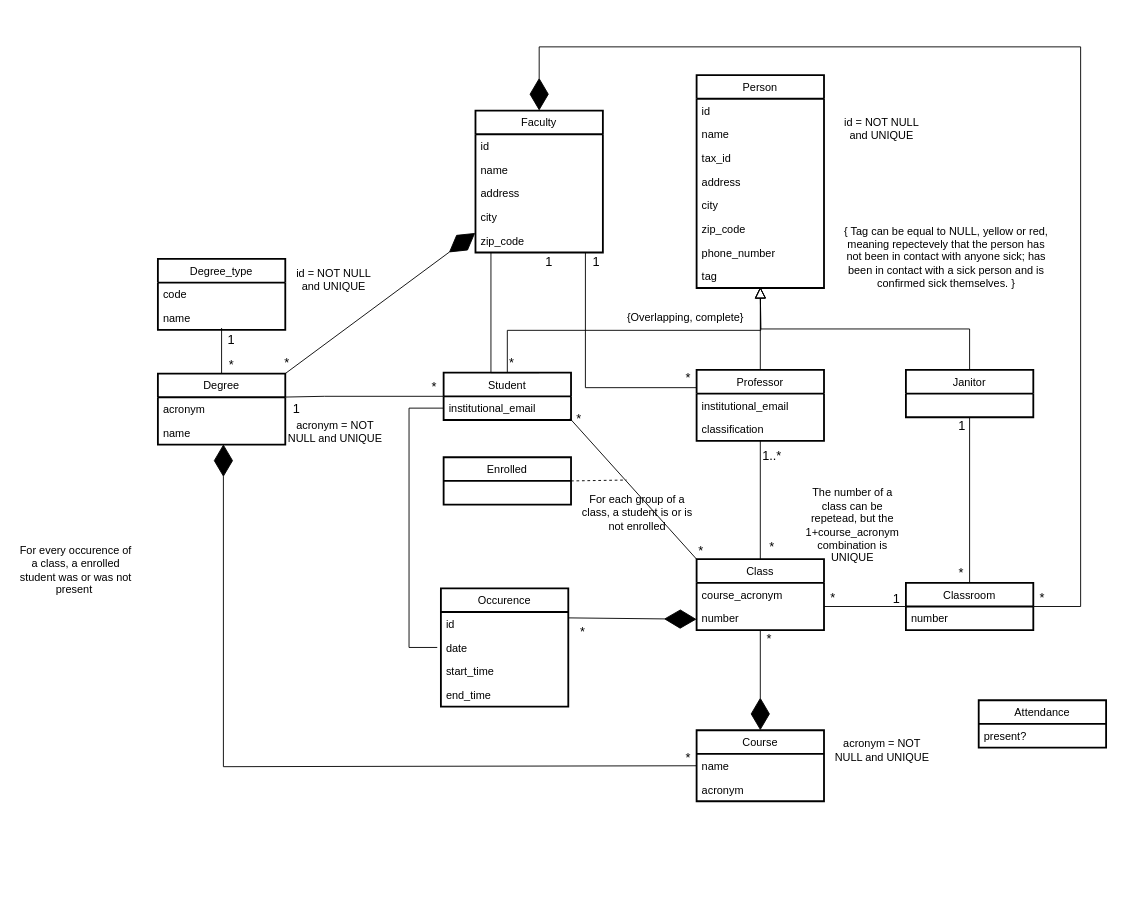
This is uml.drawio from maguinago/Covid-tracker, a draw.io file, before an edit. Source tidied: cells renumbered, new cells numbered last; positions are measured from the earlier drawing's top-left corner, leaving out a move shared by most shapes. Both pictures are drawn from the tidied source at 91%, with x=0, y=0 at pixel (15, 46).
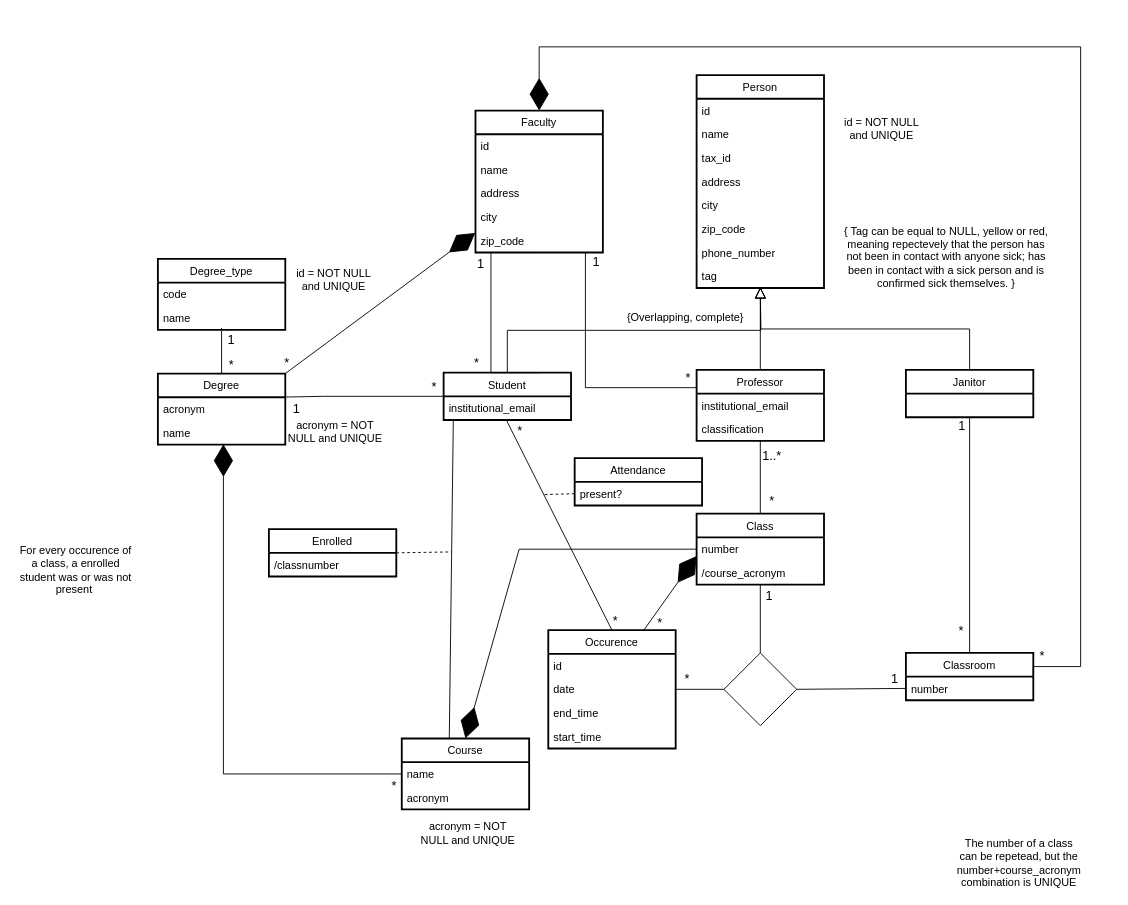
The same diagram, later.

The change refers to these unchanged cells:
```xml
<mxCell id="16" value="institutional_email" style="text;align=left;verticalAlign=top;spacingLeft=4;spacingRight=4;overflow=hidden;points=[[0,0.5],[1,0.5]];portConstraint=eastwest;" parent="15" vertex="1">
  <mxGeometry y="26" width="140" height="26" as="geometry" />
</mxCell>
<mxCell id="25" value="name" style="text;align=left;verticalAlign=top;spacingLeft=4;spacingRight=4;overflow=hidden;points=[[0,0.5],[1,0.5]];portConstraint=eastwest;" parent="24" vertex="1">
  <mxGeometry y="26" width="140" height="26" as="geometry" />
</mxCell>
<mxCell id="36" value="number" style="text;align=left;verticalAlign=top;spacingLeft=4;spacingRight=4;overflow=hidden;points=[[0,0.5],[1,0.5]];portConstraint=eastwest;" parent="35" vertex="1">
  <mxGeometry y="26" width="140" height="26" as="geometry" />
</mxCell>
<mxCell id="45" value="date" style="text;align=left;verticalAlign=top;spacingLeft=4;spacingRight=4;overflow=hidden;points=[[0,0.5],[1,0.5]];portConstraint=eastwest;backgroundOutline=0;perimeterSpacing=4;" parent="43" vertex="1">
  <mxGeometry y="52" width="140" height="26" as="geometry" />
</mxCell>
<mxCell id="50" value="present?" style="text;align=left;verticalAlign=top;spacingLeft=4;spacingRight=4;overflow=hidden;points=[[0,0.5],[1,0.5]];portConstraint=eastwest;" parent="49" vertex="1">
  <mxGeometry y="26" width="140" height="26" as="geometry" />
</mxCell>
<mxCell id="77" value="Faculty" style="swimlane;fontStyle=0;horizontal=1;startSize=26;strokeWidth=2;swimlaneFillColor=#ffffff;" parent="1" vertex="1">
  <mxGeometry x="505" y="70" width="140" height="156" as="geometry" />
</mxCell>
```

Diff of the diagram source:
```diff
@@
     <mxCell id="2" style="edgeStyle=orthogonalEdgeStyle;rounded=0;jettySize=auto;html=1;exitX=0.506;exitY=1.015;exitDx=0;exitDy=0;endArrow=none;endFill=0;endSize=33;startArrow=diamondThin;startFill=1;startSize=33;exitPerimeter=0;entryX=0;entryY=0.5;entryDx=0;entryDy=0;" parent="1" edge="1" target="25">
       <mxGeometry relative="1" as="geometry">
         <mxPoint x="228" y="436.7" as="sourcePoint" />
         <Array as="points">
-          <mxPoint x="228" y="791" />
-          <mxPoint x="748" y="791" />
+          <mxPoint x="228" y="799" />
         </Array>
       </mxGeometry>
     </mxCell>
@@
     <mxCell id="24" value="Course" style="swimlane;fontStyle=0;horizontal=1;startSize=26;strokeWidth=2;swimlaneFillColor=#ffffff;" parent="1" vertex="1">
-      <mxGeometry x="748" y="751" width="140" height="78" as="geometry" />
+      <mxGeometry x="424" y="760" width="140" height="78" as="geometry" />
     </mxCell>
@@
-    <mxCell id="27" style="edgeStyle=none;rounded=0;jettySize=auto;html=1;exitX=0;exitY=0;exitDx=0;exitDy=0;entryX=0.993;entryY=0.947;entryDx=0;entryDy=0;entryPerimeter=0;endArrow=none;endFill=0;endSize=33;" parent="1" edge="1" source="29" target="16">
+    <mxCell id="27" style="rounded=0;jettySize=auto;html=1;endArrow=none;endFill=0;endSize=33;entryX=0.076;entryY=0.995;entryDx=0;entryDy=0;entryPerimeter=0;exitX=0.373;exitY=0.001;exitDx=0;exitDy=0;exitPerimeter=0;" parent="1" edge="1" source="24" target="16">
       <mxGeometry relative="1" as="geometry" />
     </mxCell>
-    <mxCell id="28" style="edgeStyle=none;rounded=0;jettySize=auto;html=1;exitX=0.5;exitY=1;exitDx=0;exitDy=0;entryX=0.5;entryY=0;entryDx=0;entryDy=0;endArrow=diamondThin;endFill=1;endSize=33;" parent="1" edge="1" source="29" target="24">
-      <mxGeometry relative="1" as="geometry" />
+    <mxCell id="28" style="rounded=0;jettySize=auto;html=1;exitX=0;exitY=0.5;exitDx=0;exitDy=0;entryX=0.5;entryY=0;entryDx=0;entryDy=0;endArrow=diamondThin;endFill=1;endSize=33;" parent="1" edge="1" source="29" target="24">
+      <mxGeometry relative="1" as="geometry">
+        <Array as="points">
+          <mxPoint x="553" y="552" />
+        </Array>
+      </mxGeometry>
     </mxCell>
     <mxCell id="29" value="Class" style="swimlane;fontStyle=0;horizontal=1;startSize=26;strokeWidth=2;swimlaneFillColor=#ffffff;" parent="1" vertex="1">
-      <mxGeometry x="748" y="563" width="140" height="78" as="geometry" />
+      <mxGeometry x="748" y="513" width="140" height="78" as="geometry" />
     </mxCell>
-    <mxCell id="30" value="course_acronym" style="text;align=left;verticalAlign=top;spacingLeft=4;spacingRight=4;overflow=hidden;" parent="29" vertex="1">
-      <mxGeometry y="26" width="140" height="26" as="geometry" />
-    </mxCell>
     <mxCell id="31" value="number" style="text;align=left;verticalAlign=top;spacingLeft=4;spacingRight=4;overflow=hidden;" parent="29" vertex="1">
-      <mxGeometry y="52" width="140" height="26" as="geometry" />
+      <mxGeometry y="26" width="140" height="26" as="geometry" />
     </mxCell>
-    <mxCell id="32" value="*" style="text;html=1;strokeColor=none;fillColor=none;align=center;verticalAlign=middle;whiteSpace=wrap;rounded=0;fontSize=14;" parent="1" vertex="1">
-      <mxGeometry x="751" y="549" width="4" height="10" as="geometry" />
-    </mxCell>
-    <mxCell id="33" style="edgeStyle=none;rounded=0;jettySize=auto;html=1;exitX=0;exitY=0.5;exitDx=0;exitDy=0;endArrow=none;endFill=0;entryX=0;entryY=1;entryDx=0;entryDy=0;" parent="1" edge="1" source="35" target="40">
-      <mxGeometry relative="1" as="geometry" />
-    </mxCell>
+    <mxCell id="93" value="/course_acronym" style="text;align=left;verticalAlign=top;spacingLeft=4;spacingRight=4;overflow=hidden;" parent="29" vertex="1">
+      <mxGeometry y="52" width="140" height="26" as="geometry" />
+    </mxCell>
@@
     <mxCell id="35" value="Classroom" style="swimlane;fontStyle=0;horizontal=1;startSize=26;strokeWidth=2;swimlaneFillColor=#ffffff;" parent="1" vertex="1">
-      <mxGeometry x="978" y="589" width="140" height="52" as="geometry" />
+      <mxGeometry x="978" y="666" width="140" height="52" as="geometry" />
     </mxCell>
@@
     <mxCell id="38" value="*" style="text;html=1;strokeColor=none;fillColor=none;align=center;verticalAlign=middle;whiteSpace=wrap;rounded=0;fontSize=14;" parent="1" vertex="1">
-      <mxGeometry x="1029" y="568" width="20" height="20" as="geometry" />
+      <mxGeometry x="1029" y="632" width="20" height="20" as="geometry" />
     </mxCell>
-    <mxCell id="39" value="1" style="text;html=1;strokeColor=none;fillColor=none;align=center;verticalAlign=middle;whiteSpace=wrap;rounded=0;fontSize=14;" parent="1" vertex="1">
-      <mxGeometry x="958" y="597" width="20" height="20" as="geometry" />
-    </mxCell>
-    <mxCell id="40" value="*" style="text;html=1;strokeColor=none;fillColor=none;align=center;verticalAlign=middle;whiteSpace=wrap;rounded=0;fontSize=14;" parent="1" vertex="1">
-      <mxGeometry x="888" y="595" width="20" height="20" as="geometry" />
-    </mxCell>
-    <mxCell id="41" value="*" style="text;html=1;strokeColor=none;fillColor=none;align=center;verticalAlign=middle;whiteSpace=wrap;rounded=0;fontSize=14;" parent="1" vertex="1">
-      <mxGeometry x="818" y="641" width="20" height="20" as="geometry" />
-    </mxCell>
+    <mxCell id="94" style="edgeStyle=none;rounded=0;jettySize=auto;html=1;exitX=0;exitY=0;exitDx=0;exitDy=0;entryX=0.5;entryY=0;entryDx=0;entryDy=0;endArrow=none;endFill=0;" parent="1" edge="1" target="98">
+      <mxGeometry relative="1" as="geometry">
+        <mxPoint x="818" y="591" as="sourcePoint" />
+      </mxGeometry>
+    </mxCell>
-    <mxCell id="42" style="edgeStyle=none;rounded=0;jettySize=auto;html=1;exitX=1;exitY=0.25;exitDx=0;exitDy=0;endArrow=diamondThin;endFill=1;fontSize=14;endSize=33;" parent="1" edge="1" source="43">
+    <mxCell id="42" style="edgeStyle=none;rounded=0;jettySize=auto;html=1;exitX=0.75;exitY=0;exitDx=0;exitDy=0;endArrow=diamondThin;endFill=1;fontSize=14;endSize=33;entryX=0;entryY=0.788;entryDx=0;entryDy=0;entryPerimeter=0;" parent="1" edge="1" source="43">
       <mxGeometry relative="1" as="geometry">
-        <mxPoint x="748" y="629" as="targetPoint" />
+        <mxPoint x="748" y="559.5" as="targetPoint" />
       </mxGeometry>
     </mxCell>
     <mxCell id="43" value="Occurence" style="swimlane;fontStyle=0;horizontal=1;startSize=26;strokeWidth=2;swimlaneFillColor=#ffffff;" parent="1" vertex="1">
-      <mxGeometry x="467" y="595" width="140" height="130" as="geometry" />
+      <mxGeometry x="585" y="641" width="140" height="130" as="geometry" />
     </mxCell>
@@
+    <mxCell id="47" value="end_time" style="text;align=left;verticalAlign=top;spacingLeft=4;spacingRight=4;overflow=hidden;backgroundOutline=0;perimeterSpacing=4;" parent="43" vertex="1">
+      <mxGeometry y="78" width="140" height="26" as="geometry" />
+    </mxCell>
     <mxCell id="46" value="start_time" style="text;align=left;verticalAlign=top;spacingLeft=4;spacingRight=4;overflow=hidden;backgroundOutline=0;perimeterSpacing=4;" parent="43" vertex="1">
-      <mxGeometry y="78" width="140" height="26" as="geometry" />
+      <mxGeometry y="104" width="140" height="26" as="geometry" />
     </mxCell>
-    <mxCell id="47" value="end_time" style="text;align=left;verticalAlign=top;spacingLeft=4;spacingRight=4;overflow=hidden;backgroundOutline=0;perimeterSpacing=4;" parent="43" vertex="1">
-      <mxGeometry y="104" width="140" height="26" as="geometry" />
-    </mxCell>
-    <mxCell id="48" value="*" style="text;html=1;strokeColor=none;fillColor=none;align=center;verticalAlign=middle;whiteSpace=wrap;rounded=0;fontSize=14;" parent="1" vertex="1">
-      <mxGeometry x="621" y="638" width="4" height="10" as="geometry" />
-    </mxCell>
     <mxCell id="49" value="Attendance" style="swimlane;fontStyle=0;horizontal=1;startSize=26;strokeWidth=2;swimlaneFillColor=#ffffff;" parent="1" vertex="1">
-      <mxGeometry x="1058" y="718" width="140" height="52" as="geometry" />
+      <mxGeometry x="614" y="452" width="140" height="52" as="geometry" />
     </mxCell>
@@
-    <mxCell id="52" value="For each group of a class, a student is or is not enrolled" style="text;html=1;strokeColor=none;fillColor=none;align=center;verticalAlign=middle;whiteSpace=wrap;rounded=0;" parent="1" vertex="1">
-      <mxGeometry x="617" y="486" width="132" height="51" as="geometry" />
-    </mxCell>
     <mxCell id="53" style="endArrow=none;dashed=1;html=1;exitX=1;exitY=0.5;exitDx=0;exitDy=0;" parent="1" edge="1" source="70">
       <mxGeometry relative="1" as="geometry">
-        <mxPoint x="671" y="476" as="targetPoint" />
+        <mxPoint x="479" y="555" as="targetPoint" />
       </mxGeometry>
     </mxCell>
     <mxCell id="54" value="*" style="text;html=1;strokeColor=none;fillColor=none;align=center;verticalAlign=middle;whiteSpace=wrap;rounded=0;fontSize=14;" parent="1" vertex="1">
-      <mxGeometry x="617" y="404" width="4" height="10" as="geometry" />
+      <mxGeometry x="552" y="417" width="4" height="10" as="geometry" />
     </mxCell>
@@
     <mxCell id="69" value="*" style="text;html=1;strokeColor=none;fillColor=none;align=center;verticalAlign=middle;whiteSpace=wrap;rounded=0;fontSize=14;" parent="1" vertex="1">
-      <mxGeometry x="821" y="539" width="20" height="20" as="geometry" />
+      <mxGeometry x="821" y="489" width="20" height="20" as="geometry" />
     </mxCell>
     <mxCell id="70" value="Enrolled" style="swimlane;fontStyle=0;horizontal=1;startSize=26;strokeWidth=2;swimlaneFillColor=#ffffff;" parent="1" vertex="1">
-      <mxGeometry x="470" y="451" width="140" height="52" as="geometry" />
+      <mxGeometry x="278" y="530" width="140" height="52" as="geometry" />
     </mxCell>
+    <mxCell id="95" value="/classnumber" style="text;align=left;verticalAlign=top;spacingLeft=4;spacingRight=4;overflow=hidden;backgroundOutline=0;perimeterSpacing=4;" parent="70" vertex="1">
+      <mxGeometry y="26" width="140" height="26" as="geometry" />
+    </mxCell>
     <mxCell id="71" value="*" style="text;html=1;strokeColor=none;fillColor=none;align=center;verticalAlign=middle;whiteSpace=wrap;rounded=0;fontSize=14;" parent="1" vertex="1">
-      <mxGeometry x="737" y="776" width="4" height="10" as="geometry" />
+      <mxGeometry x="414" y="807" width="4" height="10" as="geometry" />
     </mxCell>
@@
     <mxCell id="75" style="edgeStyle=orthogonalEdgeStyle;rounded=0;jettySize=auto;html=1;exitX=0.5;exitY=0;exitDx=0;exitDy=0;entryX=1;entryY=0.5;entryDx=0;entryDy=0;endArrow=none;endFill=0;startArrow=diamondThin;startFill=1;startSize=33;" parent="1" edge="1" source="77" target="35">
       <mxGeometry relative="1" as="geometry">
         <Array as="points">
           <mxPoint x="575" />
           <mxPoint x="1170" />
-          <mxPoint x="1170" y="615" />
+          <mxPoint x="1170" y="681" />
         </Array>
       </mxGeometry>
     </mxCell>
@@
     <mxCell id="83" value="acronym = NOT NULL and UNIQUE" style="text;html=1;strokeColor=none;fillColor=none;align=center;verticalAlign=middle;whiteSpace=wrap;rounded=0;" parent="1" vertex="1">
-      <mxGeometry x="896.5" y="763" width="110" height="20" as="geometry" />
+      <mxGeometry x="442" y="854" width="110" height="20" as="geometry" />
     </mxCell>
-    <mxCell id="84" value="The number of a class can be repetead, but the 1+course_acronym combination is UNIQUE" style="text;html=1;strokeColor=none;fillColor=none;align=center;verticalAlign=middle;whiteSpace=wrap;rounded=0;" parent="1" vertex="1">
-      <mxGeometry x="861" y="516" width="117" height="20" as="geometry" />
+    <mxCell id="84" value="The number of a class can be repetead, but the number+course_acronym combination is UNIQUE" style="text;html=1;strokeColor=none;fillColor=none;align=center;verticalAlign=middle;whiteSpace=wrap;rounded=0;" parent="1" vertex="1">
+      <mxGeometry x="1044" y="887" width="117" height="20" as="geometry" />
     </mxCell>
@@
     <mxCell id="87" value="1" style="text;html=1;strokeColor=none;fillColor=none;align=center;verticalAlign=middle;whiteSpace=wrap;rounded=0;fontSize=14;" parent="1" vertex="1">
-      <mxGeometry x="576" y="226" width="20" height="20" as="geometry" />
+      <mxGeometry x="501" y="229" width="20" height="20" as="geometry" />
     </mxCell>
     <mxCell id="88" value="*" style="text;html=1;strokeColor=none;fillColor=none;align=center;verticalAlign=middle;whiteSpace=wrap;rounded=0;fontSize=14;" parent="1" vertex="1">
-      <mxGeometry x="502" y="342" width="86" height="10" as="geometry" />
+      <mxGeometry x="498" y="342" width="17" height="10" as="geometry" />
     </mxCell>
     <mxCell id="89" value="*" style="text;html=1;strokeColor=none;fillColor=none;align=center;verticalAlign=middle;whiteSpace=wrap;rounded=0;fontSize=14;" parent="1" vertex="1">
-      <mxGeometry x="1118" y="595" width="20" height="20" as="geometry" />
+      <mxGeometry x="1118" y="659" width="20" height="20" as="geometry" />
     </mxCell>
@@
-    <mxCell id="92" style="edgeStyle=orthogonalEdgeStyle;rounded=0;jettySize=auto;html=1;exitX=0;exitY=0.5;exitDx=0;exitDy=0;entryX=0;entryY=0.5;entryDx=0;entryDy=0;endArrow=none;endFill=0;" parent="1" edge="1" source="16" target="45">
-      <mxGeometry relative="1" as="geometry">
-        <Array as="points">
-          <mxPoint x="432" y="397" />
-          <mxPoint x="432" y="660" />
-        </Array>
-      </mxGeometry>
+    <mxCell id="92" style="rounded=0;jettySize=auto;html=1;exitX=0.491;exitY=0.991;exitDx=0;exitDy=0;entryX=0.5;entryY=0;entryDx=0;entryDy=0;endArrow=none;endFill=0;exitPerimeter=0;" parent="1" edge="1" source="16" target="43">
+      <mxGeometry relative="1" as="geometry" />
     </mxCell>
+    <mxCell id="96" style="edgeStyle=none;rounded=0;jettySize=auto;html=1;exitX=1;exitY=0.5;exitDx=0;exitDy=0;entryX=0;entryY=0.5;entryDx=0;entryDy=0;endArrow=none;endFill=0;" parent="1" edge="1" source="98" target="36">
+      <mxGeometry relative="1" as="geometry" />
+    </mxCell>
+    <mxCell id="97" style="edgeStyle=none;rounded=0;jettySize=auto;html=1;exitX=0;exitY=0.5;exitDx=0;exitDy=0;endArrow=none;endFill=0;" parent="1" edge="1" source="98">
+      <mxGeometry relative="1" as="geometry">
+        <mxPoint x="724" y="706" as="targetPoint" />
+      </mxGeometry>
+    </mxCell>
+    <mxCell id="98" style="rhombus;whiteSpace=wrap;html=1;" parent="1" vertex="1">
+      <mxGeometry x="778" y="666" width="80" height="80" as="geometry" />
+    </mxCell>
+    <mxCell id="99" style="edgeStyle=none;rounded=0;jettySize=auto;html=1;exitX=0;exitY=0.5;exitDx=0;exitDy=0;endArrow=none;endFill=0;dashed=1;" parent="1" edge="1" source="50">
+      <mxGeometry relative="1" as="geometry">
+        <mxPoint x="579" y="492" as="targetPoint" />
+      </mxGeometry>
+    </mxCell>
+    <mxCell id="100" value="*" style="text;html=1;strokeColor=none;fillColor=none;align=center;verticalAlign=middle;whiteSpace=wrap;rounded=0;fontSize=14;" parent="1" vertex="1">
+      <mxGeometry x="657" y="626" width="4" height="10" as="geometry" />
+    </mxCell>
+    <mxCell id="101" value="1" style="text;html=1;strokeColor=none;fillColor=none;align=center;verticalAlign=middle;whiteSpace=wrap;rounded=0;fontSize=14;" parent="1" vertex="1">
+      <mxGeometry x="956" y="684" width="20" height="20" as="geometry" />
+    </mxCell>
+    <mxCell id="102" value="1" style="text;html=1;strokeColor=none;fillColor=none;align=center;verticalAlign=middle;whiteSpace=wrap;rounded=0;fontSize=14;" parent="1" vertex="1">
+      <mxGeometry x="818" y="593" width="20" height="20" as="geometry" />
+    </mxCell>
+    <mxCell id="103" value="*" style="text;html=1;strokeColor=none;fillColor=none;align=center;verticalAlign=middle;whiteSpace=wrap;rounded=0;fontSize=14;" parent="1" vertex="1">
+      <mxGeometry x="728" y="684" width="20" height="20" as="geometry" />
+    </mxCell>
+    <mxCell id="104" value="*" style="text;html=1;strokeColor=none;fillColor=none;align=center;verticalAlign=middle;whiteSpace=wrap;rounded=0;fontSize=14;" parent="1" vertex="1">
+      <mxGeometry x="698" y="623" width="20" height="20" as="geometry" />
+    </mxCell>
```
